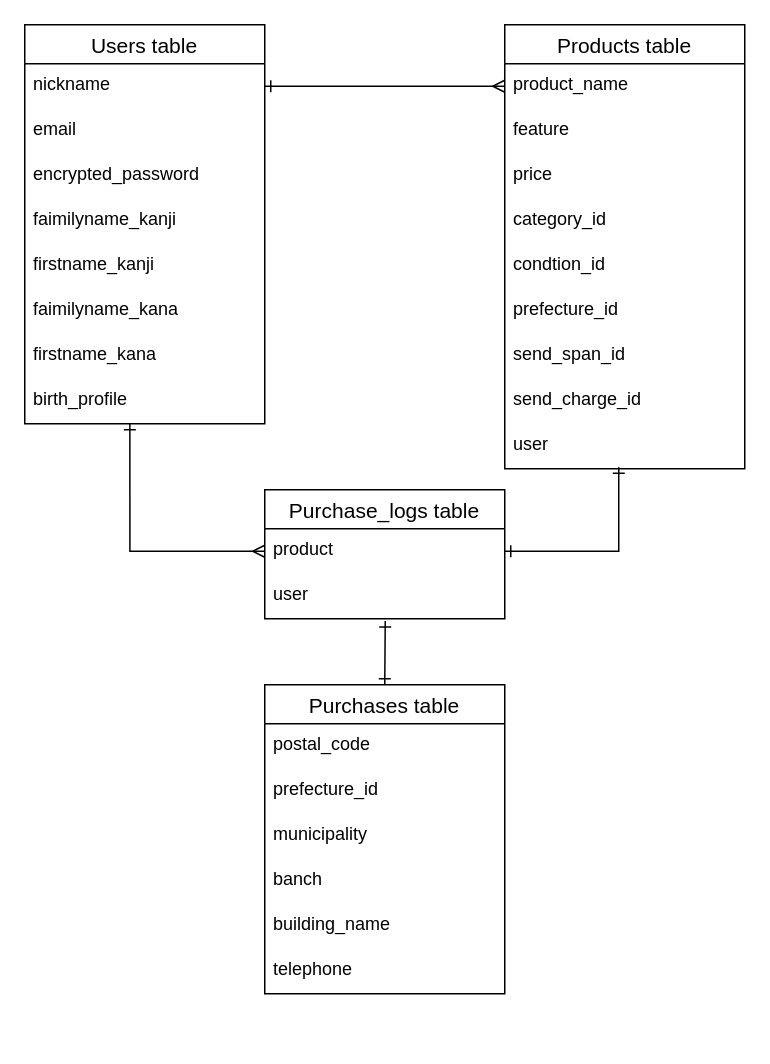
K-Hir-pk18/furima-30316 keeps this draw.io diagram as draw.dio. Above is the earlier version. Source tidied: cells renumbered, new cells numbered last; positions are measured from the earlier drawing's top-left corner, leaving out a move shared by most shapes. Both pictures are drawn from the tidied source at 150%, with x=0, y=0 at pixel (24, 24).
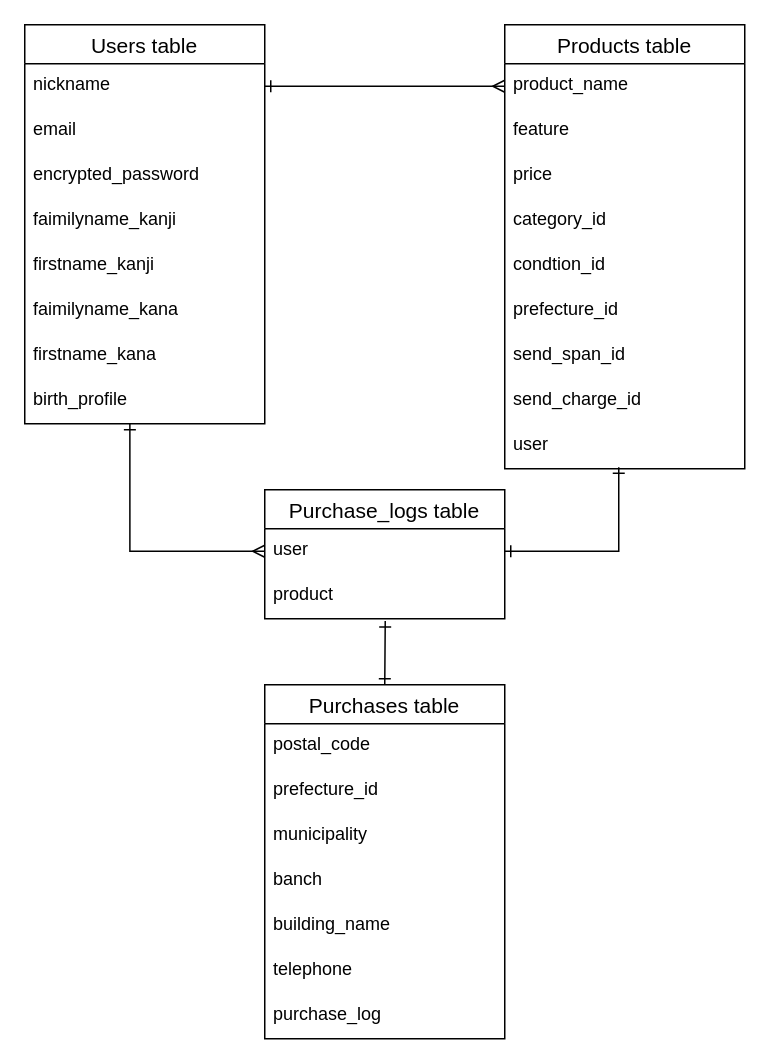
After the change.

Commit message (it also covers changes not shown here):
database design5

##what
productsテーブルのuser_id修正

purchase_logsアソシエーションに
　has_one :purchase追加

purchaseテーブルのpurchase_logs
　テーブルのassociation変更
　has_one　→　belongs_to

purchasesテーブルにpurchase_logカラム追加

##why
コードレビューの対応

Unchanged cells that the change refers to:
```xml
<mxCell id="31" value="Purchase_logs table" style="swimlane;fontStyle=0;horizontal=1;startSize=26;align=center;fontSize=14;" parent="1" vertex="1">
  <mxGeometry x="160" y="310" width="160" height="86" as="geometry" />
</mxCell>
```

Diff of the diagram source:
```diff
@@
     <mxCell id="21" value="Purchases table" style="swimlane;fontStyle=0;horizontal=1;startSize=26;align=center;fontSize=14;" parent="1" vertex="1">
-      <mxGeometry x="160" y="440" width="160" height="206" as="geometry" />
+      <mxGeometry x="160" y="440" width="160" height="236" as="geometry" />
     </mxCell>
@@
+    <mxCell id="35" value="purchase_log" style="text;strokeColor=none;fillColor=none;spacingLeft=4;spacingRight=4;overflow=hidden;fontSize=12;" parent="21" vertex="1">
+      <mxGeometry y="206" width="160" height="30" as="geometry" />
+    </mxCell>
@@
-    <mxCell id="32" value="product" style="text;strokeColor=none;fillColor=none;spacingLeft=4;spacingRight=4;overflow=hidden;points=[[0,0.5],[1,0.5]];portConstraint=eastwest;fontSize=12;" parent="31" vertex="1">
+    <mxCell id="32" value="user" style="text;strokeColor=none;fillColor=none;spacingLeft=4;spacingRight=4;overflow=hidden;points=[[0,0.5],[1,0.5]];portConstraint=eastwest;fontSize=12;" parent="31" vertex="1">
       <mxGeometry y="26" width="160" height="30" as="geometry" />
     </mxCell>
-    <mxCell id="33" value="user" style="text;strokeColor=none;fillColor=none;spacingLeft=4;spacingRight=4;overflow=hidden;points=[[0,0.5],[1,0.5]];portConstraint=eastwest;fontSize=12;" parent="31" vertex="1">
+    <mxCell id="33" value="product" style="text;strokeColor=none;fillColor=none;spacingLeft=4;spacingRight=4;overflow=hidden;points=[[0,0.5],[1,0.5]];portConstraint=eastwest;fontSize=12;" parent="31" vertex="1">
       <mxGeometry y="56" width="160" height="30" as="geometry" />
     </mxCell>
```
